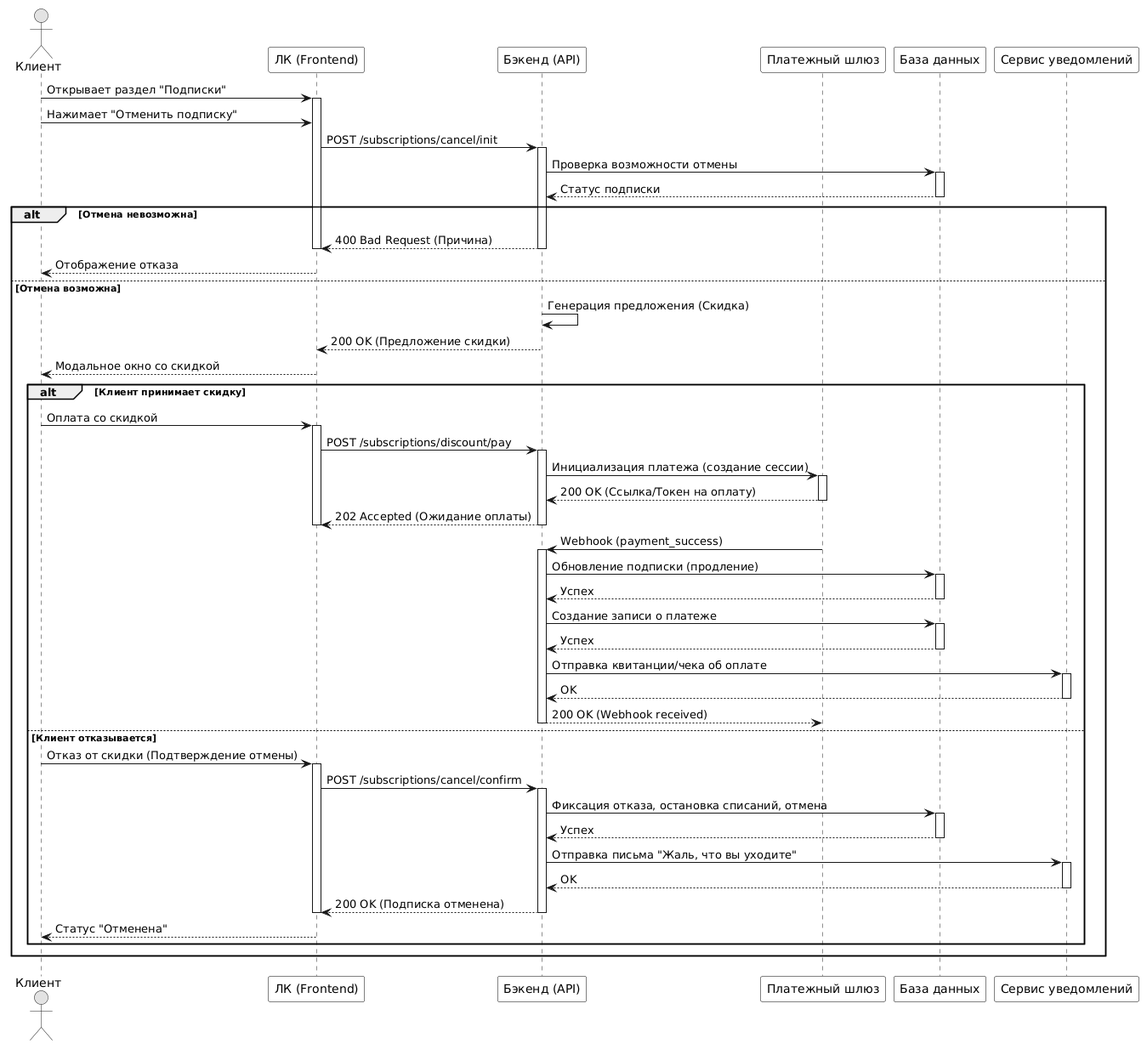
The PlantUML diagram 05_Sequence diagram/отмена подписки.png in AngelinaK280004/subscription-management-system, before a commit.
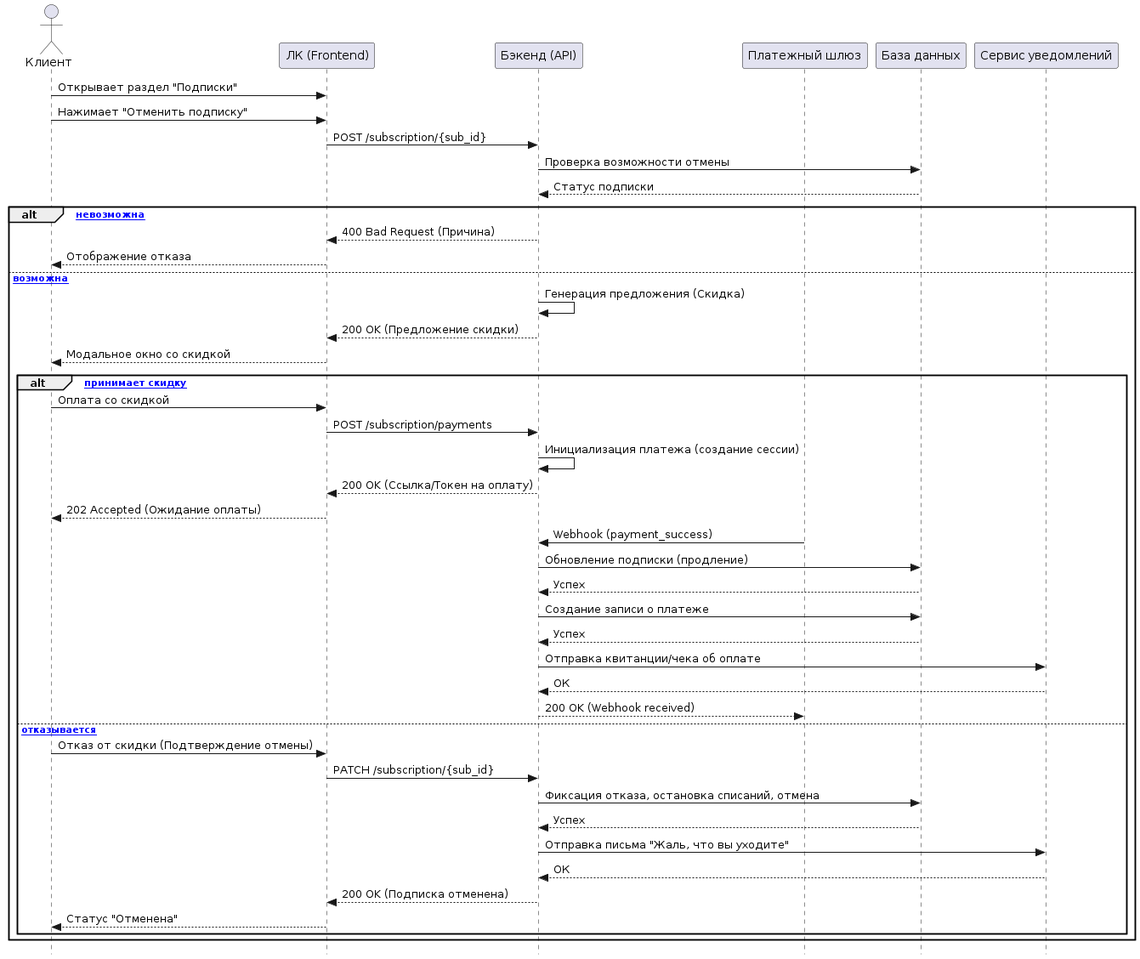
The same diagram one commit later.

Change to the diagram source:
```diff
@@ -1,100 +1,50 @@
 @startuml
-skinparam monochrome true
-skinparam shadowing false
-skinparam defaultFontName Arial
-skinparam ParticipantBackgroundColor white
-skinparam ParticipantBorderColor black
-skinparam NoteBackgroundColor white
-skinparam NoteBorderColor black
+skinparam style strictuml
+actor Клиент
+participant "ЛК (Frontend)" as Frontend
+participant "Бэкенд (API)" as Backend
+participant "Платежный шлюз" as PaymentGateway
+participant "База данных" as DB
+participant "Сервис уведомлений" as Notification
 
-actor "Клиент" as User
-participant "ЛК (Frontend)" as UI
-participant "Бэкенд (API)" as API
-participant "Платежный шлюз" as PG
-participant "База данных" as DB
-participant "Сервис уведомлений" as Notif
+Клиент -> Frontend : Открывает раздел "Подписки"
+Клиент -> Frontend : Нажимает "Отменить подписку"
+Frontend -> Backend : POST /subscription/{sub_id}
+Backend -> DB : Проверка возможности отмены
+DB --> Backend : Статус подписки
 
-User -> UI: Открывает раздел "Подписки"
-activate UI
-User -> UI: Нажимает "Отменить подписку"
-UI -> API: POST /subscriptions/cancel/init
-activate API
+alt [Отмена невозможна]
+    Backend --> Frontend : 400 Bad Request (Причина)
+    Frontend --> Клиент : Отображение отказа
+else [Отмена возможна]
+    Backend -> Backend : Генерация предложения (Скидка)
+    Backend --> Frontend : 200 OK (Предложение скидки)
+    Frontend --> Клиент : Модальное окно со скидкой
 
-API -> DB: Проверка возможности отмены
-activate DB
-DB --> API: Статус подписки
-deactivate DB
+    alt [Клиент принимает скидку]
+        Клиент -> Frontend : Оплата со скидкой
+        Frontend -> Backend : POST /subscription/payments
+        Backend -> Backend : Инициализация платежа (создание сессии)
+        Backend --> Frontend : 200 OK (Ссылка/Токен на оплату)
+        Frontend --> Клиент : 202 Accepted (Ожидание оплаты)
 
-alt Отмена невозможна
-    API --> UI: 400 Bad Request (Причина)
-    deactivate API
-    deactivate UI
-    UI --> User: Отображение отказа
-
-else Отмена возможна
-    API -> API: Генерация предложения (Скидка)
-    API --> UI: 200 OK (Предложение скидки)
-    deactivate API
-    deactivate UI
-
-    UI --> User: Модальное окно со скидкой
-
-    alt Клиент принимает скидку
-        User -> UI: Оплата со скидкой
-        activate UI
-        UI -> API: POST /subscriptions/discount/pay
-        activate API
-
-        API -> PG: Инициализация платежа (создание сессии)
-        activate PG
-        PG --> API: 200 OK (Ссылка/Токен на оплату)
-        deactivate PG
-
-        API --> UI: 202 Accepted (Ожидание оплаты)
-        deactivate API
-        deactivate UI
-
-        PG -> API: Webhook (payment_success)
-        activate API
-
-        API -> DB: Обновление подписки (продление)
-        activate DB
-        DB --> API: Успех
-        deactivate DB
-
-        API -> DB: Создание записи о платеже
-        activate DB
-        DB --> API: Успех
-        deactivate DB
-
-        API -> Notif: Отправка квитанции/чека об оплате
-        activate Notif
-        Notif --> API: OK
-        deactivate Notif
-
-        API --> PG: 200 OK (Webhook received)
-        deactivate API
-
-    else Клиент отказывается
-        User -> UI: Отказ от скидки (Подтверждение отмены)
-        activate UI
-        UI -> API: POST /subscriptions/cancel/confirm
-        activate API
-
-        API -> DB: Фиксация отказа, остановка списаний, отмена
-        activate DB
-        DB --> API: Успех
-        deactivate DB
-
-        API -> Notif: Отправка письма "Жаль, что вы уходите"
-        activate Notif
-        Notif --> API: OK
-        deactivate Notif
-
-        API --> UI: 200 OK (Подписка отменена)
-        deactivate API
-        deactivate UI
-        UI --> User: Статус "Отменена"
+        PaymentGateway -> Backend : Webhook (payment_success)
+        Backend -> DB : Обновление подписки (продление)
+        DB --> Backend : Успех
+        Backend -> DB : Создание записи о платеже
+        DB --> Backend : Успех
+        Backend -> Notification : Отправка квитанции/чека об оплате
+        Notification --> Backend : ОК
+        Backend --> PaymentGateway : 200 OK (Webhook received)
+    else [Клиент отказывается]
+        Клиент -> Frontend : Отказ от скидки (Подтверждение отмены)
+        Frontend -> Backend : PATCH /subscription/{sub_id}
+        Backend -> DB : Фиксация отказа, остановка списаний, отмена
+        DB --> Backend : Успех
+        Backend -> Notification : Отправка письма "Жаль, что вы уходите"
+        Notification --> Backend : ОК
+        Backend --> Frontend : 200 OK (Подписка отменена)
+        Frontend --> Клиент : Статус "Отменена"
     end
 end
 @enduml
```
